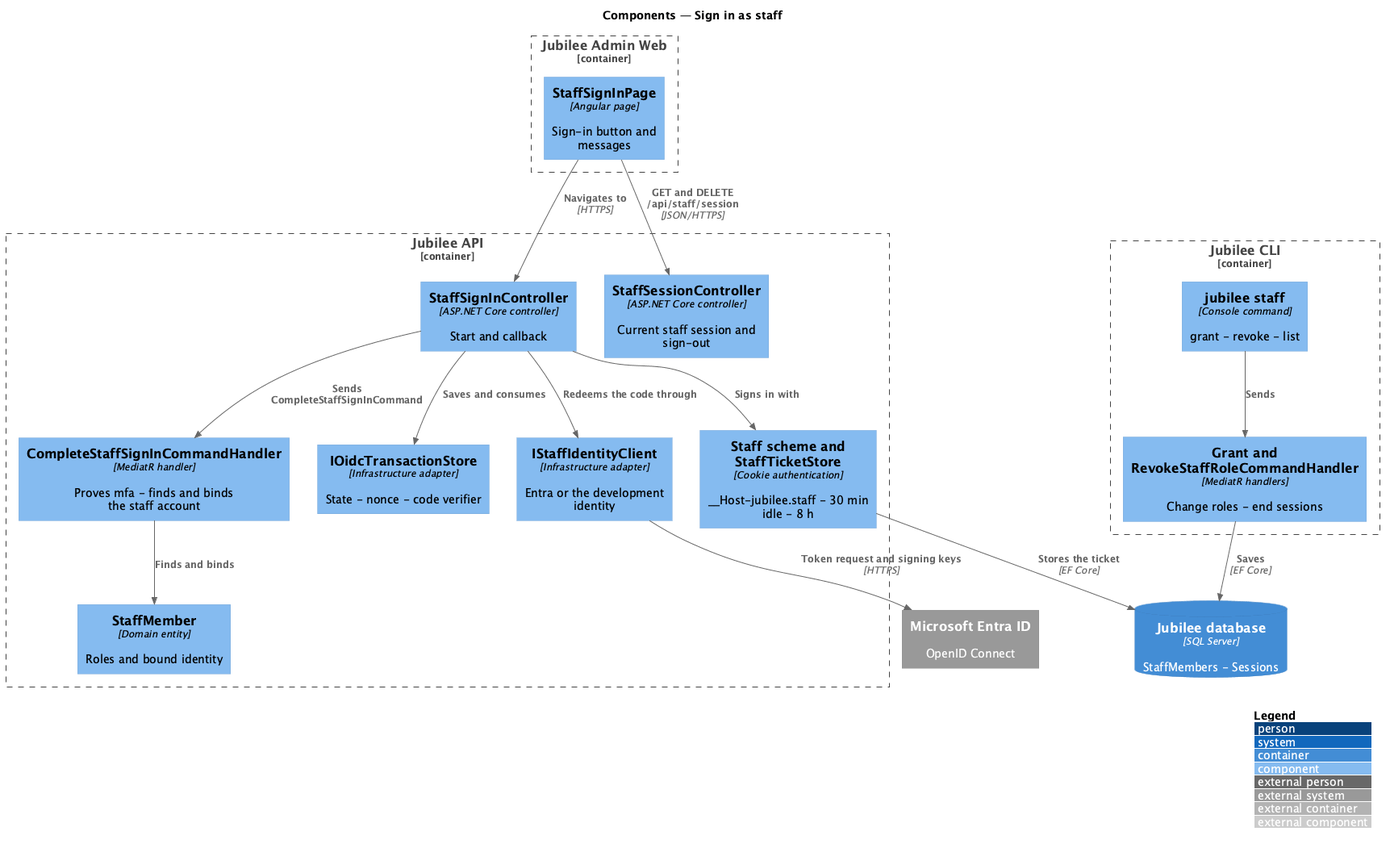
QuinntyneBrown/jubilee keeps this PlantUML diagram as docs/detailed-designs/accounts/sign-in-as-staff/diagrams/c4-component.png. Above is the earlier version.
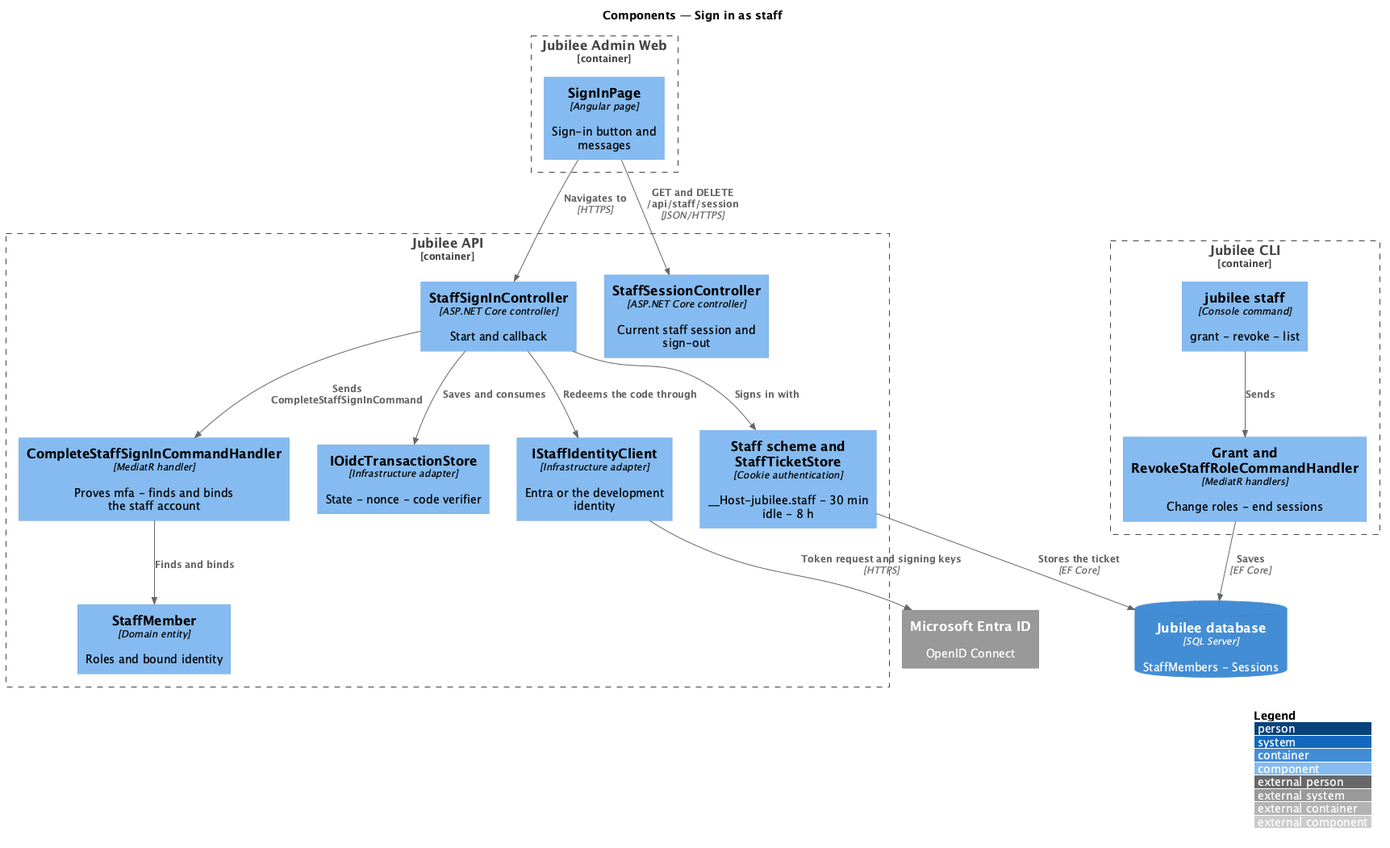
The same diagram one commit later.

Commit message:
Name the admin application's sign-in page and interceptor as the code does

Change to the diagram source:
```diff
@@ -4,7 +4,7 @@
 title Components — Sign in as staff
 
 Container_Boundary(admin, "Jubilee Admin Web") {
-  Component(page, "StaffSignInPage", "Angular page", "Sign-in button and messages")
+  Component(page, "SignInPage", "Angular page", "Sign-in button and messages")
 }
 Container_Boundary(api, "Jubilee API") {
   Component(ctrl, "StaffSignInController", "ASP.NET Core controller", "Start and callback")
```
